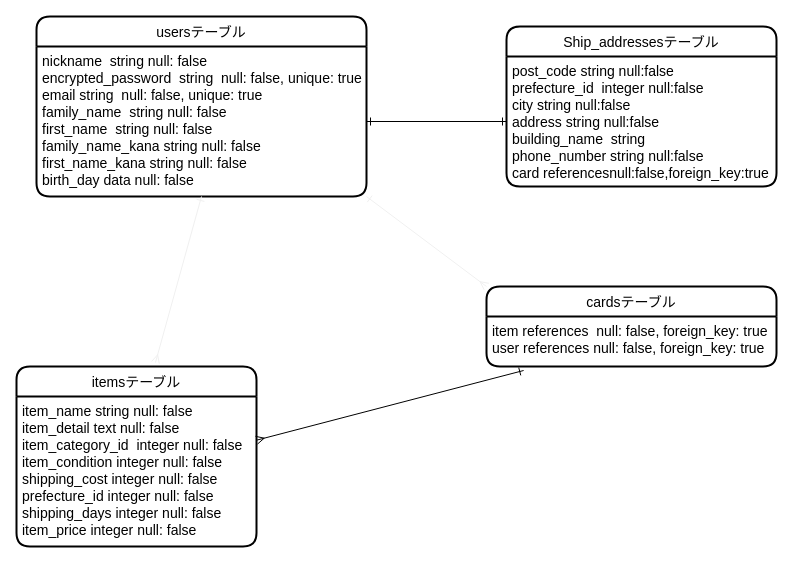
Before: test.dio in kazuyaishida0916/furima-37232, a draw.io diagram. Source tidied: cells renumbered, new cells numbered last; positions are measured from the earlier drawing's top-left corner, leaving out a move shared by most shapes. Both pictures are drawn from the tidied source at 100%, with x=0, y=0 at pixel (16, 16).
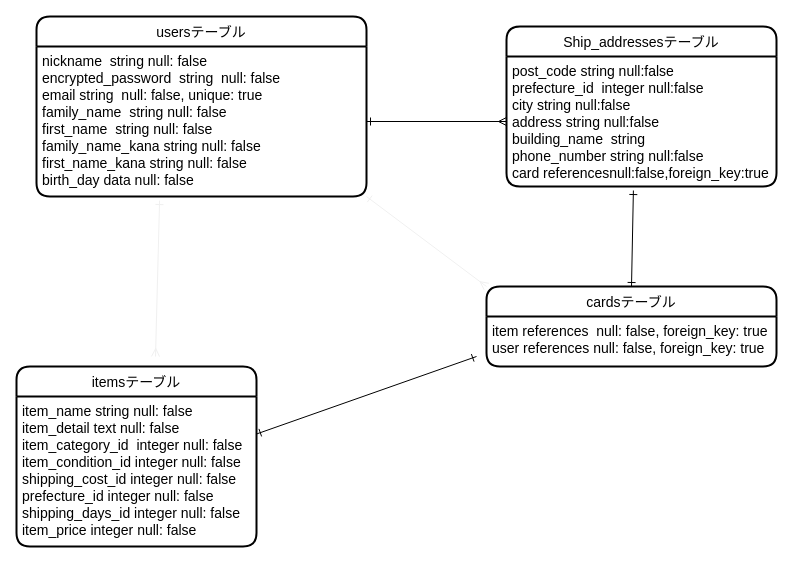
Above is the later version.

Change to the diagram source:
```diff
@@
 <mxGraphModel>
   <root>
     <mxCell id="0" />
     <mxCell id="1" parent="0" />
     <mxCell id="2" value="usersテーブル" style="swimlane;horizontal=1;startSize=30;rounded=1;fontSize=14;fontStyle=0;strokeWidth=2;shadow=0;dashed=0;align=center;" parent="1" vertex="1">
       <mxGeometry x="20" width="330" height="180" as="geometry" />
     </mxCell>
-    <mxCell id="3" value="nickname  string null: false               &#10;encrypted_password  string  null: false, unique: true&#10;email string  null: false, unique: true &#10;family_name  string null: false&#10;first_name  string null: false&#10;family_name_kana string null: false            &#10;first_name_kana string null: false &#10;birth_day data null: false     " style="align=left;strokeColor=none;fillColor=none;spacingLeft=4;fontSize=14;verticalAlign=top;" parent="2" vertex="1">
+    <mxCell id="3" value="nickname  string null: false               &#10;encrypted_password  string  null: false&#10;email string  null: false, unique: true &#10;family_name  string null: false&#10;first_name  string null: false&#10;family_name_kana string null: false            &#10;first_name_kana string null: false &#10;birth_day data null: false     " style="align=left;strokeColor=none;fillColor=none;spacingLeft=4;fontSize=14;verticalAlign=top;" parent="2" vertex="1">
       <mxGeometry y="30" width="330" height="150" as="geometry" />
     </mxCell>
+    <mxCell id="14" style="edgeStyle=none;html=1;exitX=0.5;exitY=0;exitDx=0;exitDy=0;entryX=0.47;entryY=1.031;entryDx=0;entryDy=0;entryPerimeter=0;startArrow=ERone;startFill=0;endArrow=ERone;endFill=0;" parent="1" edge="1" source="4" target="9">
+      <mxGeometry relative="1" as="geometry" />
+    </mxCell>
     <mxCell id="4" value="cardsテーブル" style="swimlane;horizontal=1;startSize=30;rounded=1;fontSize=14;fontStyle=0;strokeWidth=2;shadow=0;dashed=0;align=center;" parent="1" vertex="1">
       <mxGeometry x="470" y="270" width="290" height="80" as="geometry" />
     </mxCell>
     <mxCell id="5" value="item references  null: false, foreign_key: true&#10;user references null: false, foreign_key: true" style="align=left;strokeColor=none;fillColor=none;spacingLeft=4;fontSize=14;verticalAlign=top;" parent="4" vertex="1">
       <mxGeometry y="30" width="290" height="50" as="geometry" />
     </mxCell>
     <mxCell id="6" value="itemsテーブル" style="swimlane;horizontal=1;startSize=30;rounded=1;fontSize=14;fontStyle=0;strokeWidth=2;shadow=0;dashed=0;align=center;" parent="1" vertex="1">
       <mxGeometry y="350" width="240" height="180" as="geometry" />
     </mxCell>
-    <mxCell id="7" value="item_name string null: false     &#10;item_detail text null: false                  &#10;item_category_id  integer null: false&#10;item_condition integer null: false&#10;shipping_cost integer null: false&#10;prefecture_id integer null: false               &#10;shipping_days integer null: false&#10;item_price integer null: false   " style="align=left;strokeColor=none;fillColor=none;spacingLeft=4;fontSize=14;verticalAlign=top;" parent="6" vertex="1">
+    <mxCell id="7" value="item_name string null: false     &#10;item_detail text null: false                  &#10;item_category_id  integer null: false&#10;item_condition_id integer null: false&#10;shipping_cost_id integer null: false&#10;prefecture_id integer null: false               &#10;shipping_days_id integer null: false&#10;item_price integer null: false   " style="align=left;strokeColor=none;fillColor=none;spacingLeft=4;fontSize=14;verticalAlign=top;" parent="6" vertex="1">
       <mxGeometry y="30" width="240" height="150" as="geometry" />
     </mxCell>
     <mxCell id="8" value="Ship_addressesテーブル" style="swimlane;horizontal=1;startSize=30;rounded=1;fontSize=14;fontStyle=0;strokeWidth=2;shadow=0;dashed=0;align=center;" parent="1" vertex="1">
       <mxGeometry x="490" y="10" width="270" height="160" as="geometry" />
     </mxCell>
     <mxCell id="9" value="post_code string null:false                  &#10;prefecture_id  integer null:false             &#10;city string null:false                  &#10;address string null:false                  &#10;building_name  string&#10;phone_number string null:false                  &#10;card referencesnull:false,foreign_key:true" style="align=left;strokeColor=none;fillColor=none;spacingLeft=4;fontSize=14;verticalAlign=top;" parent="8" vertex="1">
       <mxGeometry y="30" width="270" height="130" as="geometry" />
     </mxCell>
-    <mxCell id="10" style="edgeStyle=none;html=1;fontSize=14;strokeWidth=1;startArrow=ERone;startFill=0;endArrow=ERone;endFill=0;" parent="1" edge="1" source="3" target="9">
+    <mxCell id="10" style="edgeStyle=none;html=1;fontSize=14;strokeWidth=1;startArrow=ERone;startFill=0;endArrow=ERmany;endFill=0;" parent="1" edge="1" source="3" target="9">
       <mxGeometry relative="1" as="geometry" />
     </mxCell>
     <mxCell id="11" style="edgeStyle=none;html=1;exitX=1;exitY=1;exitDx=0;exitDy=0;fontSize=14;startArrow=ERone;startFill=0;endArrow=ERmany;endFill=0;strokeColor=#f0f0f0;strokeWidth=1;entryX=0;entryY=0;entryDx=0;entryDy=0;" parent="1" edge="1" source="3" target="4">
       <mxGeometry relative="1" as="geometry" />
     </mxCell>
-    <mxCell id="12" style="edgeStyle=none;html=1;exitX=0.5;exitY=1;exitDx=0;exitDy=0;fontSize=14;startArrow=ERone;startFill=0;endArrow=ERmany;endFill=0;strokeColor=#f0f0f0;strokeWidth=1;entryX=0.579;entryY=-0.022;entryDx=0;entryDy=0;entryPerimeter=0;" parent="1" edge="1" source="3" target="6">
-      <mxGeometry relative="1" as="geometry" />
+    <mxCell id="12" style="edgeStyle=none;html=1;exitX=0.373;exitY=1.027;exitDx=0;exitDy=0;fontSize=14;startArrow=ERone;startFill=0;endArrow=ERmany;endFill=0;strokeColor=#f0f0f0;strokeWidth=1;exitPerimeter=0;" parent="1" edge="1" source="3">
+      <mxGeometry relative="1" as="geometry">
+        <mxPoint x="139" y="340" as="targetPoint" />
+      </mxGeometry>
     </mxCell>
-    <mxCell id="13" style="edgeStyle=none;html=1;entryX=0.128;entryY=1.08;entryDx=0;entryDy=0;entryPerimeter=0;endArrow=ERone;endFill=0;startArrow=ERmany;startFill=0;" parent="1" edge="1" source="7" target="5">
-      <mxGeometry relative="1" as="geometry" />
-    </mxCell>
+    <mxCell id="15" style="edgeStyle=none;html=1;exitX=1;exitY=0.25;exitDx=0;exitDy=0;endArrow=ERone;endFill=0;startArrow=ERone;startFill=0;" parent="1" edge="1" source="7">
+      <mxGeometry relative="1" as="geometry">
+        <mxPoint x="460" y="340" as="targetPoint" />
+      </mxGeometry>
+    </mxCell>
   </root>
 </mxGraphModel>
```
